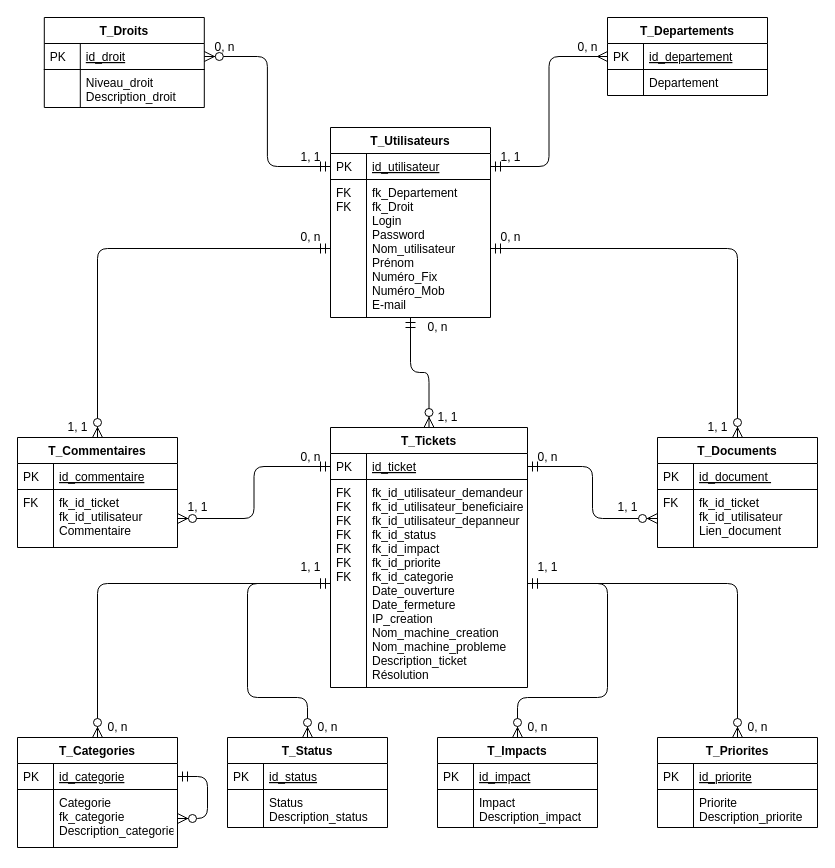
Before: Base de données/MLD_MPTicket.drawio in Hero-Chan/Projet_Ticketing, a draw.io diagram. Source tidied: cells renumbered, new cells numbered last; positions are measured from the earlier drawing's top-left corner, leaving out a move shared by most shapes. Both pictures are drawn from the tidied source at 100%, with x=0, y=0 at pixel (17, 17).
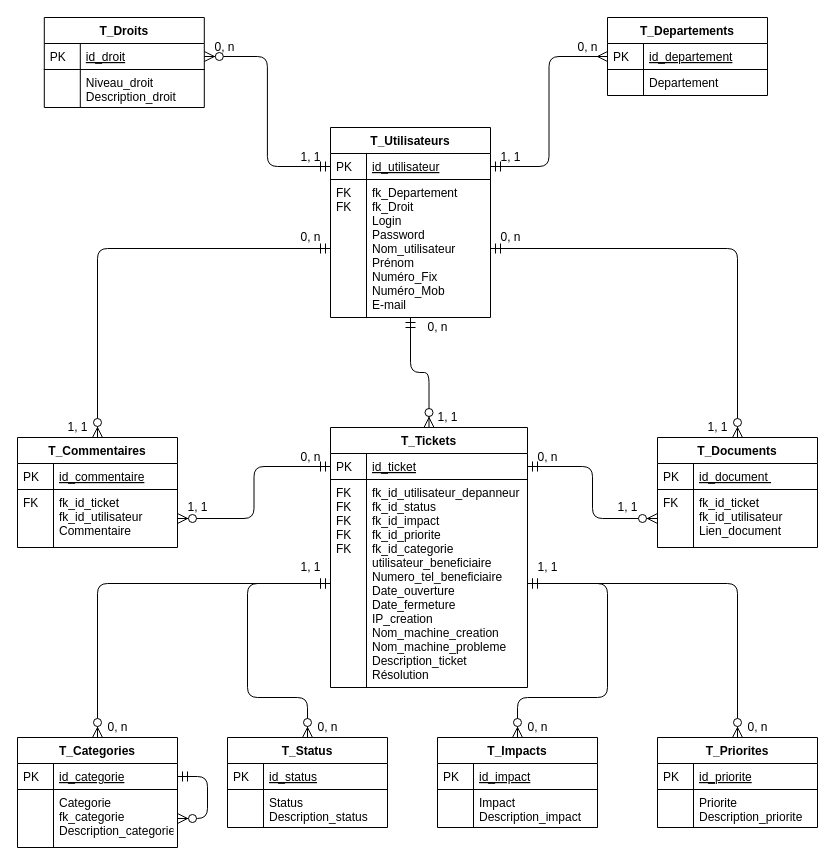
The same page after the edit.

The change refers to these unchanged cells:
```xml
<mxCell id="13" value="T_Tickets" style="swimlane;fontStyle=1;horizontal=1;startSize=26;rounded=0;shadow=0;strokeWidth=1;" parent="1" vertex="1">
  <mxGeometry x="313" y="410" width="197" height="260" as="geometry" />
</mxCell>
```

What changed in the source:
```diff
@@
-    <mxCell id="16" value="fk_id_utilisateur_demandeur&#10;fk_id_utilisateur_beneficiaire&#10;fk_id_utilisateur_depanneur&#10;fk_id_status&#10;fk_id_impact&#10;fk_id_priorite&#10;fk_id_categorie&#10;Date_ouverture&#10;Date_fermeture&#10;IP_creation&#10;Nom_machine_creation&#10;Nom_machine_probleme&#10;Description_ticket&#10;Résolution" style="shape=partialRectangle;top=0;left=0;right=0;bottom=0;align=left;verticalAlign=top;fillColor=none;spacingLeft=40;spacingRight=4;overflow=hidden;points=[[0,0.5],[1,0.5]];portConstraint=eastwest;rounded=0;shadow=0;strokeWidth=1;" parent="13" vertex="1">
+    <mxCell id="16" value="fk_id_utilisateur_depanneur&#10;fk_id_status&#10;fk_id_impact&#10;fk_id_priorite&#10;fk_id_categorie&#10;utilisateur_beneficiaire&#10;Numero_tel_beneficiaire&#10;Date_ouverture&#10;Date_fermeture&#10;IP_creation&#10;Nom_machine_creation&#10;Nom_machine_probleme&#10;Description_ticket&#10;Résolution" style="shape=partialRectangle;top=0;left=0;right=0;bottom=0;align=left;verticalAlign=top;fillColor=none;spacingLeft=40;spacingRight=4;overflow=hidden;points=[[0,0.5],[1,0.5]];portConstraint=eastwest;rounded=0;shadow=0;strokeWidth=1;" parent="13" vertex="1">
       <mxGeometry y="52" width="197" height="208" as="geometry" />
     </mxCell>
-    <mxCell id="17" value="FK&#10;FK&#10;FK&#10;FK&#10;FK&#10;FK&#10;FK" style="shape=partialRectangle;top=0;left=0;bottom=0;fillColor=none;align=left;verticalAlign=top;spacingLeft=4;spacingRight=4;overflow=hidden;" parent="16" vertex="1">
+    <mxCell id="17" value="FK&#10;FK&#10;FK&#10;FK&#10;FK" style="shape=partialRectangle;top=0;left=0;bottom=0;fillColor=none;align=left;verticalAlign=top;spacingLeft=4;spacingRight=4;overflow=hidden;" parent="16" vertex="1">
       <mxGeometry width="36" height="208" as="geometry" />
     </mxCell>
```
